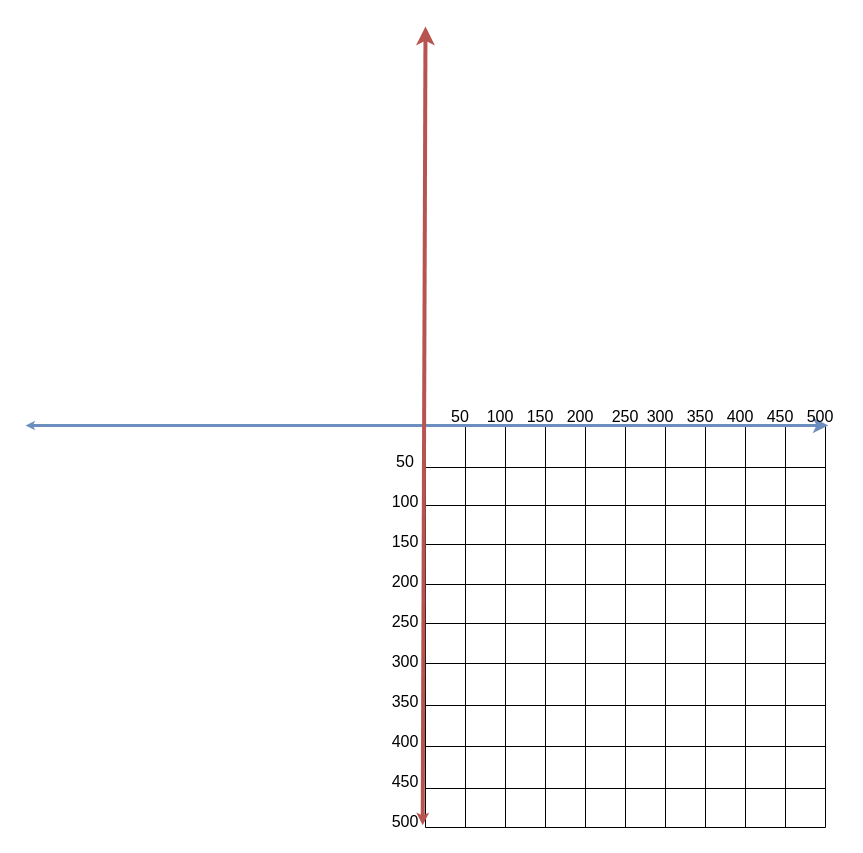
This is flow.drawio from InternationSi/drawIO, a draw.io file, before an edit. Source tidied: cells renumbered, new cells numbered last; positions are measured from the earlier drawing's top-left corner, leaving out a move shared by most shapes. Both pictures are drawn from the tidied source at 100%, with x=0, y=0 at pixel (25, 26).
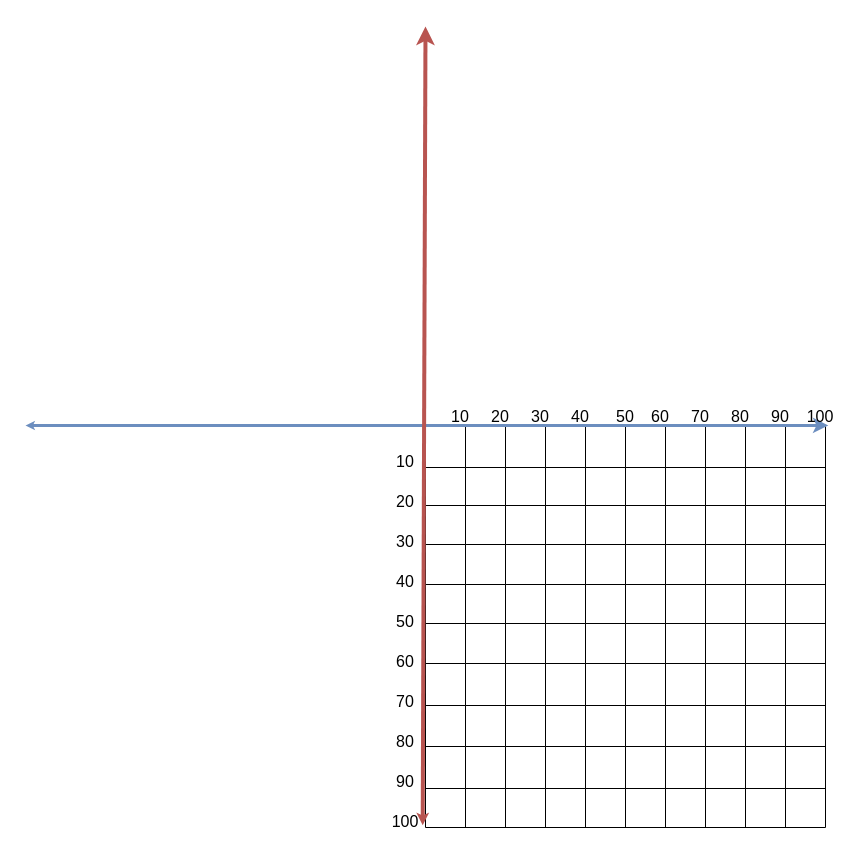
The same diagram, later.

Diff of the diagram source:
```diff
@@
-    <mxCell id="115" value="50" style="text;html=1;strokeColor=none;fillColor=none;align=center;verticalAlign=middle;whiteSpace=wrap;rounded=0;fontSize=16;fontFamily=Helvetica;fontColor=default;" parent="1" vertex="1">
+    <mxCell id="115" value="10" style="text;html=1;strokeColor=none;fillColor=none;align=center;verticalAlign=middle;whiteSpace=wrap;rounded=0;fontSize=16;fontFamily=Helvetica;fontColor=default;" parent="1" vertex="1">
       <mxGeometry x="410" y="380" width="50" height="20" as="geometry" />
     </mxCell>
-    <mxCell id="116" value="100" style="text;html=1;strokeColor=none;fillColor=none;align=center;verticalAlign=middle;whiteSpace=wrap;rounded=0;fontSize=16;fontFamily=Helvetica;fontColor=default;" parent="1" vertex="1">
+    <mxCell id="116" value="20" style="text;html=1;strokeColor=none;fillColor=none;align=center;verticalAlign=middle;whiteSpace=wrap;rounded=0;fontSize=16;fontFamily=Helvetica;fontColor=default;" parent="1" vertex="1">
       <mxGeometry x="450" y="380" width="50" height="20" as="geometry" />
     </mxCell>
-    <mxCell id="117" value="150" style="text;html=1;strokeColor=none;fillColor=none;align=center;verticalAlign=middle;whiteSpace=wrap;rounded=0;fontSize=16;fontFamily=Helvetica;fontColor=default;" parent="1" vertex="1">
+    <mxCell id="117" value="30" style="text;html=1;strokeColor=none;fillColor=none;align=center;verticalAlign=middle;whiteSpace=wrap;rounded=0;fontSize=16;fontFamily=Helvetica;fontColor=default;" parent="1" vertex="1">
       <mxGeometry x="490" y="380" width="50" height="20" as="geometry" />
     </mxCell>
-    <mxCell id="118" value="200" style="text;html=1;strokeColor=none;fillColor=none;align=center;verticalAlign=middle;whiteSpace=wrap;rounded=0;fontSize=16;fontFamily=Helvetica;fontColor=default;" parent="1" vertex="1">
+    <mxCell id="118" value="40" style="text;html=1;strokeColor=none;fillColor=none;align=center;verticalAlign=middle;whiteSpace=wrap;rounded=0;fontSize=16;fontFamily=Helvetica;fontColor=default;" parent="1" vertex="1">
       <mxGeometry x="530" y="380" width="50" height="20" as="geometry" />
     </mxCell>
-    <mxCell id="119" value="250" style="text;html=1;strokeColor=none;fillColor=none;align=center;verticalAlign=middle;whiteSpace=wrap;rounded=0;fontSize=16;fontFamily=Helvetica;fontColor=default;" parent="1" vertex="1">
+    <mxCell id="119" value="50" style="text;html=1;strokeColor=none;fillColor=none;align=center;verticalAlign=middle;whiteSpace=wrap;rounded=0;fontSize=16;fontFamily=Helvetica;fontColor=default;" parent="1" vertex="1">
       <mxGeometry x="575" y="380" width="50" height="20" as="geometry" />
     </mxCell>
-    <mxCell id="120" value="300" style="text;html=1;strokeColor=none;fillColor=none;align=center;verticalAlign=middle;whiteSpace=wrap;rounded=0;fontSize=16;fontFamily=Helvetica;fontColor=default;" parent="1" vertex="1">
+    <mxCell id="120" value="60" style="text;html=1;strokeColor=none;fillColor=none;align=center;verticalAlign=middle;whiteSpace=wrap;rounded=0;fontSize=16;fontFamily=Helvetica;fontColor=default;" parent="1" vertex="1">
       <mxGeometry x="610" y="380" width="50" height="20" as="geometry" />
     </mxCell>
-    <mxCell id="121" value="350" style="text;html=1;strokeColor=none;fillColor=none;align=center;verticalAlign=middle;whiteSpace=wrap;rounded=0;fontSize=16;fontFamily=Helvetica;fontColor=default;" parent="1" vertex="1">
+    <mxCell id="121" value="70" style="text;html=1;strokeColor=none;fillColor=none;align=center;verticalAlign=middle;whiteSpace=wrap;rounded=0;fontSize=16;fontFamily=Helvetica;fontColor=default;" parent="1" vertex="1">
       <mxGeometry x="650" y="380" width="50" height="20" as="geometry" />
     </mxCell>
-    <mxCell id="122" value="400" style="text;html=1;strokeColor=none;fillColor=none;align=center;verticalAlign=middle;whiteSpace=wrap;rounded=0;fontSize=16;fontFamily=Helvetica;fontColor=default;" parent="1" vertex="1">
+    <mxCell id="122" value="80" style="text;html=1;strokeColor=none;fillColor=none;align=center;verticalAlign=middle;whiteSpace=wrap;rounded=0;fontSize=16;fontFamily=Helvetica;fontColor=default;" parent="1" vertex="1">
       <mxGeometry x="690" y="380" width="50" height="20" as="geometry" />
     </mxCell>
-    <mxCell id="123" value="450" style="text;html=1;strokeColor=none;fillColor=none;align=center;verticalAlign=middle;whiteSpace=wrap;rounded=0;fontSize=16;fontFamily=Helvetica;fontColor=default;" parent="1" vertex="1">
+    <mxCell id="123" value="90" style="text;html=1;strokeColor=none;fillColor=none;align=center;verticalAlign=middle;whiteSpace=wrap;rounded=0;fontSize=16;fontFamily=Helvetica;fontColor=default;" parent="1" vertex="1">
       <mxGeometry x="730" y="380" width="50" height="20" as="geometry" />
     </mxCell>
-    <mxCell id="124" value="500" style="text;html=1;strokeColor=none;fillColor=none;align=center;verticalAlign=middle;whiteSpace=wrap;rounded=0;fontSize=16;fontFamily=Helvetica;fontColor=default;" parent="1" vertex="1">
+    <mxCell id="124" value="100" style="text;html=1;strokeColor=none;fillColor=none;align=center;verticalAlign=middle;whiteSpace=wrap;rounded=0;fontSize=16;fontFamily=Helvetica;fontColor=default;" parent="1" vertex="1">
       <mxGeometry x="770" y="380" width="50" height="20" as="geometry" />
     </mxCell>
-    <mxCell id="125" value="50" style="text;html=1;strokeColor=none;fillColor=none;align=center;verticalAlign=middle;whiteSpace=wrap;rounded=0;fontSize=16;fontFamily=Helvetica;fontColor=default;" parent="1" vertex="1">
+    <mxCell id="125" value="10" style="text;html=1;strokeColor=none;fillColor=none;align=center;verticalAlign=middle;whiteSpace=wrap;rounded=0;fontSize=16;fontFamily=Helvetica;fontColor=default;" parent="1" vertex="1">
       <mxGeometry x="350" y="420" width="60" height="30" as="geometry" />
     </mxCell>
-    <mxCell id="126" value="100" style="text;html=1;strokeColor=none;fillColor=none;align=center;verticalAlign=middle;whiteSpace=wrap;rounded=0;fontSize=16;fontFamily=Helvetica;fontColor=default;" parent="1" vertex="1">
+    <mxCell id="126" value="20" style="text;html=1;strokeColor=none;fillColor=none;align=center;verticalAlign=middle;whiteSpace=wrap;rounded=0;fontSize=16;fontFamily=Helvetica;fontColor=default;" parent="1" vertex="1">
       <mxGeometry x="350" y="460" width="60" height="30" as="geometry" />
     </mxCell>
-    <mxCell id="127" value="150" style="text;html=1;strokeColor=none;fillColor=none;align=center;verticalAlign=middle;whiteSpace=wrap;rounded=0;fontSize=16;fontFamily=Helvetica;fontColor=default;" parent="1" vertex="1">
+    <mxCell id="127" value="30" style="text;html=1;strokeColor=none;fillColor=none;align=center;verticalAlign=middle;whiteSpace=wrap;rounded=0;fontSize=16;fontFamily=Helvetica;fontColor=default;" parent="1" vertex="1">
       <mxGeometry x="350" y="500" width="60" height="30" as="geometry" />
     </mxCell>
-    <mxCell id="128" value="200" style="text;html=1;strokeColor=none;fillColor=none;align=center;verticalAlign=middle;whiteSpace=wrap;rounded=0;fontSize=16;fontFamily=Helvetica;fontColor=default;" parent="1" vertex="1">
+    <mxCell id="128" value="40" style="text;html=1;strokeColor=none;fillColor=none;align=center;verticalAlign=middle;whiteSpace=wrap;rounded=0;fontSize=16;fontFamily=Helvetica;fontColor=default;" parent="1" vertex="1">
       <mxGeometry x="350" y="540" width="60" height="30" as="geometry" />
     </mxCell>
-    <mxCell id="129" value="250" style="text;html=1;strokeColor=none;fillColor=none;align=center;verticalAlign=middle;whiteSpace=wrap;rounded=0;fontSize=16;fontFamily=Helvetica;fontColor=default;" parent="1" vertex="1">
+    <mxCell id="129" value="50" style="text;html=1;strokeColor=none;fillColor=none;align=center;verticalAlign=middle;whiteSpace=wrap;rounded=0;fontSize=16;fontFamily=Helvetica;fontColor=default;" parent="1" vertex="1">
       <mxGeometry x="350" y="580" width="60" height="30" as="geometry" />
     </mxCell>
-    <mxCell id="130" value="300" style="text;html=1;strokeColor=none;fillColor=none;align=center;verticalAlign=middle;whiteSpace=wrap;rounded=0;fontSize=16;fontFamily=Helvetica;fontColor=default;" parent="1" vertex="1">
+    <mxCell id="130" value="60" style="text;html=1;strokeColor=none;fillColor=none;align=center;verticalAlign=middle;whiteSpace=wrap;rounded=0;fontSize=16;fontFamily=Helvetica;fontColor=default;" parent="1" vertex="1">
       <mxGeometry x="350" y="620" width="60" height="30" as="geometry" />
     </mxCell>
-    <mxCell id="131" value="350" style="text;html=1;strokeColor=none;fillColor=none;align=center;verticalAlign=middle;whiteSpace=wrap;rounded=0;fontSize=16;fontFamily=Helvetica;fontColor=default;" parent="1" vertex="1">
+    <mxCell id="131" value="70" style="text;html=1;strokeColor=none;fillColor=none;align=center;verticalAlign=middle;whiteSpace=wrap;rounded=0;fontSize=16;fontFamily=Helvetica;fontColor=default;" parent="1" vertex="1">
       <mxGeometry x="350" y="660" width="60" height="30" as="geometry" />
     </mxCell>
-    <mxCell id="132" value="400" style="text;html=1;strokeColor=none;fillColor=none;align=center;verticalAlign=middle;whiteSpace=wrap;rounded=0;fontSize=16;fontFamily=Helvetica;fontColor=default;" parent="1" vertex="1">
+    <mxCell id="132" value="80" style="text;html=1;strokeColor=none;fillColor=none;align=center;verticalAlign=middle;whiteSpace=wrap;rounded=0;fontSize=16;fontFamily=Helvetica;fontColor=default;" parent="1" vertex="1">
       <mxGeometry x="350" y="700" width="60" height="30" as="geometry" />
     </mxCell>
-    <mxCell id="133" value="450" style="text;html=1;strokeColor=none;fillColor=none;align=center;verticalAlign=middle;whiteSpace=wrap;rounded=0;fontSize=16;fontFamily=Helvetica;fontColor=default;" parent="1" vertex="1">
+    <mxCell id="133" value="90" style="text;html=1;strokeColor=none;fillColor=none;align=center;verticalAlign=middle;whiteSpace=wrap;rounded=0;fontSize=16;fontFamily=Helvetica;fontColor=default;" parent="1" vertex="1">
       <mxGeometry x="350" y="740" width="60" height="30" as="geometry" />
     </mxCell>
-    <mxCell id="134" value="500" style="text;html=1;strokeColor=none;fillColor=none;align=center;verticalAlign=middle;whiteSpace=wrap;rounded=0;fontSize=16;fontFamily=Helvetica;fontColor=default;" parent="1" vertex="1">
+    <mxCell id="134" value="100" style="text;html=1;strokeColor=none;fillColor=none;align=center;verticalAlign=middle;whiteSpace=wrap;rounded=0;fontSize=16;fontFamily=Helvetica;fontColor=default;" parent="1" vertex="1">
       <mxGeometry x="350" y="780" width="60" height="30" as="geometry" />
     </mxCell>
```
